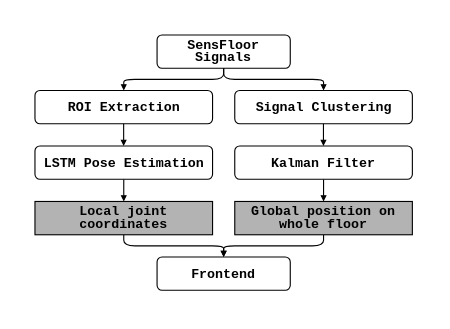
This is img/methods-overview.drawio from sensfloor/sensfloor-paper, a draw.io file, before an edit. Source tidied: cells renumbered, new cells numbered last; positions are measured from the earlier drawing's top-left corner, leaving out a move shared by most shapes. Both pictures are drawn from the tidied source at 111%, with x=0, y=0 at pixel (34, 34).
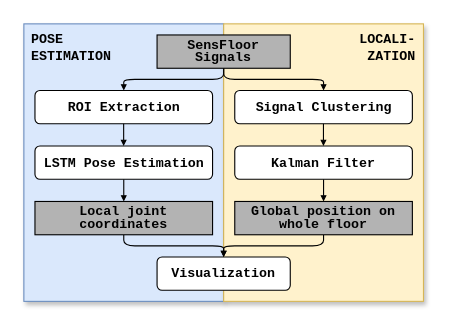
Above is the later version.

Commit message (it also covers changes not shown here):
Improve intro and methods parts

The edit, as a diff of the source:
```diff
@@
+    <mxCell id="18" value="&lt;font face=&quot;Courier New&quot;&gt;&lt;b&gt;POSE&lt;br&gt;ESTIMATION&lt;/b&gt;&lt;/font&gt;" style="rounded=0;whiteSpace=wrap;html=1;shadow=1;fillColor=#dae8fc;strokeColor=#6c8ebf;verticalAlign=top;align=left;spacingLeft=5;" parent="1" vertex="1">
+      <mxGeometry x="-10" y="-10" width="180" height="250" as="geometry" />
+    </mxCell>
+    <mxCell id="19" value="&lt;font face=&quot;Courier New&quot;&gt;&lt;b&gt;LOCALI-&lt;/b&gt;&lt;/font&gt;&lt;div&gt;&lt;font face=&quot;Courier New&quot;&gt;&lt;b&gt;ZATION&lt;/b&gt;&lt;/font&gt;&lt;/div&gt;" style="rounded=0;whiteSpace=wrap;html=1;shadow=1;fillColor=#fff2cc;strokeColor=#d6b656;verticalAlign=top;align=right;spacingRight=5;" parent="1" vertex="1">
+      <mxGeometry x="170" y="-10" width="180" height="250" as="geometry" />
+    </mxCell>
-    <mxCell id="2" style="edgeStyle=orthogonalEdgeStyle;rounded=1;jettySize=auto;html=1;curved=0;endArrow=block;endFill=1;startSize=2;endSize=3;" parent="1" edge="1" source="3">
+    <mxCell id="2" style="edgeStyle=orthogonalEdgeStyle;rounded=1;orthogonalLoop=1;jettySize=auto;html=1;curved=0;endArrow=block;endFill=1;startSize=2;endSize=3;" parent="1" edge="1">
       <mxGeometry relative="1" as="geometry">
+        <mxPoint x="170" y="30" as="sourcePoint" />
         <mxPoint x="80" y="50" as="targetPoint" />
         <Array as="points">
           <mxPoint x="170" y="40" />
           <mxPoint x="80" y="40" />
         </Array>
       </mxGeometry>
     </mxCell>
-    <mxCell id="3" value="&lt;div style=&quot;line-height: 80%;&quot;&gt;&lt;font face=&quot;Courier New&quot; style=&quot;color: rgb(0, 0, 0);&quot;&gt;&lt;b&gt;SensFloor&lt;/b&gt;&lt;/font&gt;&lt;div&gt;&lt;span style=&quot;background-color: transparent;&quot;&gt;&lt;font face=&quot;Courier New&quot; style=&quot;color: rgb(0, 0, 0);&quot;&gt;&lt;b style=&quot;&quot;&gt;Signals&lt;/b&gt;&lt;/font&gt;&lt;/span&gt;&lt;/div&gt;&lt;/div&gt;" style="rounded=1;whiteSpace=wrap;html=1;" parent="1" vertex="1">
-      <mxGeometry x="110" width="120" height="30" as="geometry" />
-    </mxCell>
-    <mxCell id="4" value="&lt;font face=&quot;Courier New&quot;&gt;&lt;b&gt;Frontend&lt;/b&gt;&lt;/font&gt;" style="rounded=1;whiteSpace=wrap;html=1;" parent="1" vertex="1">
+    <mxCell id="4" value="&lt;font face=&quot;Courier New&quot;&gt;&lt;b&gt;Visualization&lt;/b&gt;&lt;/font&gt;" style="rounded=1;whiteSpace=wrap;html=1;" parent="1" vertex="1">
       <mxGeometry x="110" y="200" width="120" height="30" as="geometry" />
     </mxCell>
-    <mxCell id="5" style="edgeStyle=orthogonalEdgeStyle;rounded=1;jettySize=auto;html=1;curved=0;endArrow=block;endFill=1;startSize=2;endSize=3;exitX=0.5;exitY=1;exitDx=0;exitDy=0;" parent="1" edge="1" source="3">
+    <mxCell id="5" style="edgeStyle=orthogonalEdgeStyle;rounded=1;orthogonalLoop=1;jettySize=auto;html=1;curved=0;endArrow=block;endFill=1;startSize=2;endSize=3;exitX=0.5;exitY=1;exitDx=0;exitDy=0;" parent="1" edge="1">
       <mxGeometry relative="1" as="geometry">
+        <mxPoint x="170" y="30" as="sourcePoint" />
         <mxPoint x="260" y="50" as="targetPoint" />
         <Array as="points">
           <mxPoint x="170" y="40" />
           <mxPoint x="260" y="40" />
         </Array>
       </mxGeometry>
     </mxCell>
@@
+    <mxCell id="3" value="&lt;div style=&quot;line-height: 80%;&quot;&gt;&lt;font face=&quot;Courier New&quot;&gt;&lt;b&gt;SensFloor&lt;/b&gt;&lt;/font&gt;&lt;/div&gt;&lt;div style=&quot;line-height: 80%;&quot;&gt;&lt;font face=&quot;Courier New&quot;&gt;&lt;b&gt;Signals&lt;/b&gt;&lt;/font&gt;&lt;/div&gt;" style="rounded=0;whiteSpace=wrap;html=1;fillColor=#B3B3B3;" parent="1" vertex="1">
+      <mxGeometry x="110" width="120" height="30" as="geometry" />
+    </mxCell>
```
